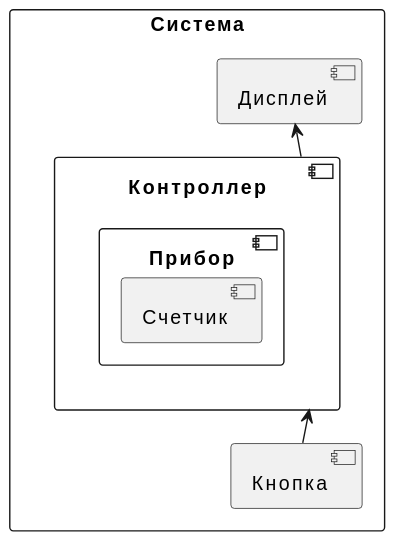
e1turin/bachelor-thesis keeps this PlantUML diagram as thesis/res/img/demo-gui-scheme.svg. Above is the earlier version. Its diagram source:
```plantuml
@startuml
rectangle Система {
[Дисплей]
component Контроллер {
   component "Прибор" {
     [Счетчик]
   }
}
component Кнопка
component Дисплей
}
Контроллер <-- [Кнопка]
[Дисплей]  <--  Контроллер
@enduml
```
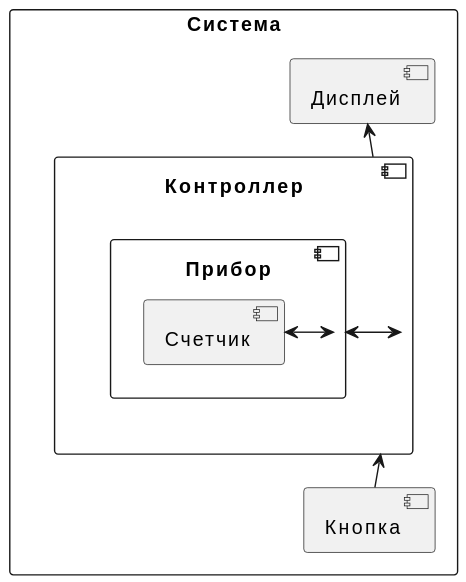
Above is the later version.

The edit, as a diff of the source:
```diff
@@ -1,14 +1,13 @@
 @startuml
 rectangle Система {
-[Дисплей]
 component Контроллер {
-   component "Прибор" {
+   component Прибор {
      [Счетчик]
    }
 }
-component Кнопка
-component Дисплей
-}
 Контроллер <-- [Кнопка]
 [Дисплей]  <--  Контроллер
+Контроллер <-> Прибор
+Прибор <-> Счетчик
+}
 @enduml
```
